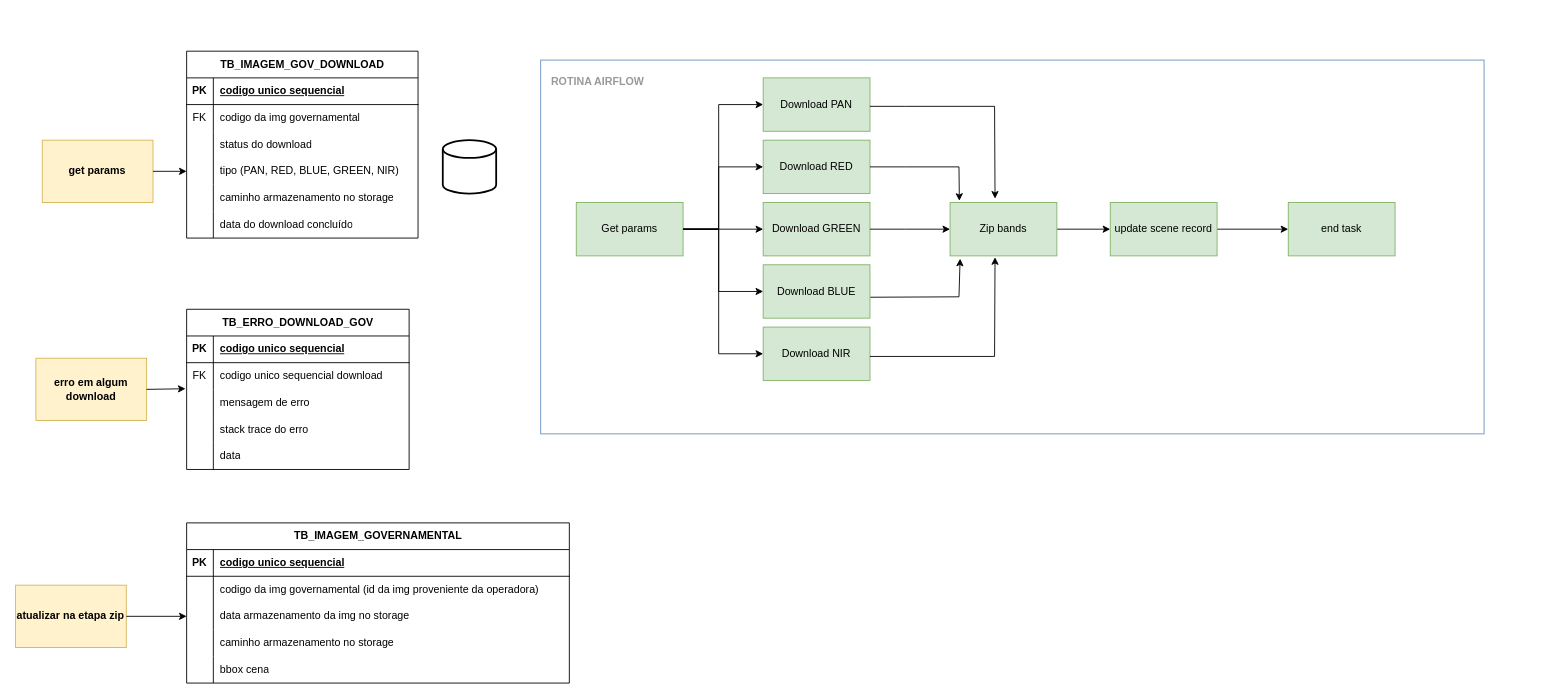
This is page "Fluxograma Download" (3 of 3) of API_INDICES_HD.drawio from gabrielk-visiona/data-teste, a draw.io file, before an edit. Source tidied: cells renumbered, new cells numbered last; positions are measured from the earlier drawing's top-left corner, leaving out a move shared by most shapes. Both pictures are drawn from the tidied source at 89%, with x=0, y=0 at pixel (15, 51).
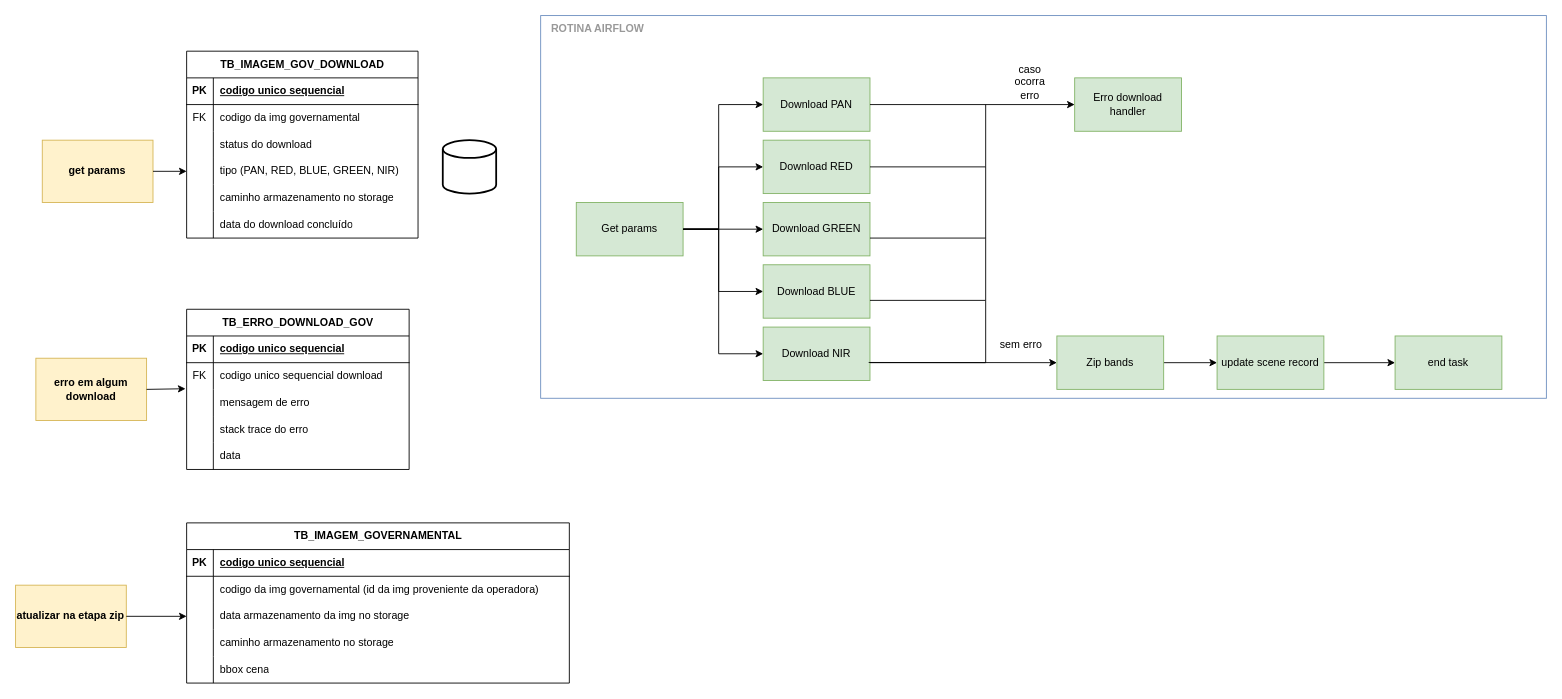
The same page after the edit.

The change refers to these unchanged cells:
```xml
<mxCell id="6" value="Download PAN" style="rounded=0;whiteSpace=wrap;html=1;fillColor=#d5e8d4;strokeColor=#82b366;" parent="1" vertex="1">
  <mxGeometry x="840" y="30" width="120" height="60" as="geometry" />
</mxCell>
<mxCell id="11" value="Download BLUE" style="rounded=0;whiteSpace=wrap;html=1;fillColor=#d5e8d4;strokeColor=#82b366;" parent="1" vertex="1">
  <mxGeometry x="840" y="240" width="120" height="60" as="geometry" />
</mxCell>
<mxCell id="13" value="Download RED" style="rounded=0;whiteSpace=wrap;html=1;fillColor=#d5e8d4;strokeColor=#82b366;" parent="1" vertex="1">
  <mxGeometry x="840" y="100" width="120" height="60" as="geometry" />
</mxCell>
<mxCell id="14" value="Download NIR" style="rounded=0;whiteSpace=wrap;html=1;fillColor=#d5e8d4;strokeColor=#82b366;" parent="1" vertex="1">
  <mxGeometry x="840" y="310" width="120" height="60" as="geometry" />
</mxCell>
```

Diff of the diagram source:
```diff
@@
-    <mxCell id="2" style="rounded=0;whiteSpace=wrap;html=1;fillColor=none;strokeColor=#6c8ebf;" parent="1" vertex="1">
-      <mxGeometry x="590" y="10" width="1060" height="420" as="geometry" />
-    </mxCell>
@@
     <mxCell id="5" value="ROTINA AIRFLOW" style="text;html=1;align=left;verticalAlign=middle;strokeColor=none;fillColor=none;fontStyle=1;fontColor=#999999;" parent="1" vertex="1">
-      <mxGeometry x="600" y="20" width="130" height="30" as="geometry" />
+      <mxGeometry x="600" y="-40" width="130" height="30" as="geometry" />
     </mxCell>
@@
     <mxCell id="8" value="Zip bands" style="rounded=0;whiteSpace=wrap;html=1;fillColor=#d5e8d4;strokeColor=#82b366;" parent="1" vertex="1">
-      <mxGeometry x="1050" y="170" width="120" height="60" as="geometry" />
+      <mxGeometry x="1170" y="320" width="120" height="60" as="geometry" />
     </mxCell>
@@
     <mxCell id="10" value="update scene record" style="rounded=0;whiteSpace=wrap;html=1;fillColor=#d5e8d4;strokeColor=#82b366;" parent="1" vertex="1">
-      <mxGeometry x="1230" y="170" width="120" height="60" as="geometry" />
+      <mxGeometry x="1350" y="320" width="120" height="60" as="geometry" />
     </mxCell>
@@
-    <mxCell id="19" style="endArrow=classic;html=1;rounded=0;exitX=1;exitY=0.5;exitDx=0;exitDy=0;entryX=0.087;entryY=-0.031;entryDx=0;entryDy=0;entryPerimeter=0;" parent="1" edge="1" source="13" target="8">
-      <mxGeometry relative="1" as="geometry">
-        <Array as="points">
-          <mxPoint x="1000" y="130" />
-          <mxPoint x="1060" y="130" />
-        </Array>
-      </mxGeometry>
-    </mxCell>
-    <mxCell id="20" style="endArrow=classic;html=1;rounded=0;entryX=0;entryY=0.5;entryDx=0;entryDy=0;" parent="1" edge="1">
-      <mxGeometry relative="1" as="geometry">
-        <mxPoint x="960" y="200" as="sourcePoint" />
-        <mxPoint x="1050" y="200" as="targetPoint" />
-        <Array as="points">
-          <mxPoint x="1000" y="200" />
-        </Array>
-      </mxGeometry>
-    </mxCell>
-    <mxCell id="21" style="endArrow=classic;html=1;rounded=0;exitX=1;exitY=0.5;exitDx=0;exitDy=0;entryX=0.421;entryY=-0.072;entryDx=0;entryDy=0;entryPerimeter=0;" parent="1" edge="1" target="8">
-      <mxGeometry relative="1" as="geometry">
-        <mxPoint x="960" y="62" as="sourcePoint" />
-        <Array as="points">
-          <mxPoint x="1000" y="62" />
-          <mxPoint x="1100" y="62" />
-        </Array>
-      </mxGeometry>
-    </mxCell>
-    <mxCell id="22" style="endArrow=classic;html=1;rounded=0;entryX=0.094;entryY=1.053;entryDx=0;entryDy=0;entryPerimeter=0;exitX=1.004;exitY=0.608;exitDx=0;exitDy=0;exitPerimeter=0;" parent="1" edge="1" source="11" target="8">
-      <mxGeometry relative="1" as="geometry">
-        <Array as="points">
-          <mxPoint x="1060" y="276" />
-        </Array>
-      </mxGeometry>
-    </mxCell>
-    <mxCell id="23" style="endArrow=classic;html=1;rounded=0;entryX=0.421;entryY=1.025;entryDx=0;entryDy=0;entryPerimeter=0;exitX=1.004;exitY=0.608;exitDx=0;exitDy=0;exitPerimeter=0;" parent="1" edge="1" target="8">
-      <mxGeometry relative="1" as="geometry">
-        <mxPoint x="960" y="343" as="sourcePoint" />
-        <Array as="points">
-          <mxPoint x="1100" y="343" />
-        </Array>
-      </mxGeometry>
-    </mxCell>
     <mxCell id="24" value="end task" style="whiteSpace=wrap;html=1;fillColor=#d5e8d4;strokeColor=#82b366;rounded=0;" parent="1" vertex="1">
-      <mxGeometry x="1430" y="170" width="120" height="60" as="geometry" />
+      <mxGeometry x="1550" y="320" width="120" height="60" as="geometry" />
     </mxCell>
@@
+    <mxCell id="83" value="Erro download handler" style="rounded=0;whiteSpace=wrap;html=1;fillColor=#d5e8d4;strokeColor=#82b366;" parent="1" vertex="1">
+      <mxGeometry x="1190" y="30" width="120" height="60" as="geometry" />
+    </mxCell>
+    <mxCell id="84" style="endArrow=classic;html=1;rounded=0;exitX=1;exitY=0.5;exitDx=0;exitDy=0;entryX=0;entryY=0.5;entryDx=0;entryDy=0;" parent="1" edge="1" source="6" target="83">
+      <mxGeometry relative="1" as="geometry" />
+    </mxCell>
+    <mxCell id="85" style="endArrow=none;html=1;rounded=0;exitX=1;exitY=0.5;exitDx=0;exitDy=0;" parent="1" edge="1" source="13">
+      <mxGeometry relative="1" as="geometry">
+        <mxPoint x="1090" y="60" as="targetPoint" />
+        <Array as="points">
+          <mxPoint x="1090" y="130" />
+        </Array>
+      </mxGeometry>
+    </mxCell>
+    <mxCell id="86" style="endArrow=none;html=1;rounded=0;exitX=1;exitY=0.5;exitDx=0;exitDy=0;" parent="1" edge="1">
+      <mxGeometry relative="1" as="geometry">
+        <mxPoint x="960" y="210" as="sourcePoint" />
+        <mxPoint x="1090" y="130" as="targetPoint" />
+        <Array as="points">
+          <mxPoint x="1090" y="210" />
+        </Array>
+      </mxGeometry>
+    </mxCell>
+    <mxCell id="87" style="endArrow=none;html=1;rounded=0;exitX=1;exitY=0.5;exitDx=0;exitDy=0;" parent="1" edge="1">
+      <mxGeometry relative="1" as="geometry">
+        <mxPoint x="960" y="280" as="sourcePoint" />
+        <mxPoint x="1090" y="210" as="targetPoint" />
+        <Array as="points">
+          <mxPoint x="1090" y="280" />
+        </Array>
+      </mxGeometry>
+    </mxCell>
+    <mxCell id="88" style="endArrow=none;html=1;rounded=0;exitX=1;exitY=0.5;exitDx=0;exitDy=0;" parent="1" edge="1">
+      <mxGeometry relative="1" as="geometry">
+        <mxPoint x="960" y="350" as="sourcePoint" />
+        <mxPoint x="1090" y="280" as="targetPoint" />
+        <Array as="points">
+          <mxPoint x="1090" y="350" />
+        </Array>
+      </mxGeometry>
+    </mxCell>
+    <mxCell id="89" value="caso ocorra erro" style="text;html=1;align=center;verticalAlign=middle;whiteSpace=wrap;rounded=0;" parent="1" vertex="1">
+      <mxGeometry x="1110" y="20" width="60" height="30" as="geometry" />
+    </mxCell>
+    <mxCell id="90" value="sem erro" style="text;html=1;align=center;verticalAlign=middle;whiteSpace=wrap;rounded=0;" parent="1" vertex="1">
+      <mxGeometry x="1100" y="315" width="60" height="30" as="geometry" />
+    </mxCell>
+    <mxCell id="91" style="endArrow=classic;html=1;rounded=0;exitX=0.988;exitY=0.663;exitDx=0;exitDy=0;exitPerimeter=0;entryX=0;entryY=0.5;entryDx=0;entryDy=0;" parent="1" edge="1" source="14" target="8">
+      <mxGeometry relative="1" as="geometry" />
+    </mxCell>
+    <mxCell id="92" style="rounded=0;whiteSpace=wrap;html=1;fillColor=none;strokeColor=#6c8ebf;" parent="1" vertex="1">
+      <mxGeometry x="590" y="-40" width="1130" height="430" as="geometry" />
+    </mxCell>
```
